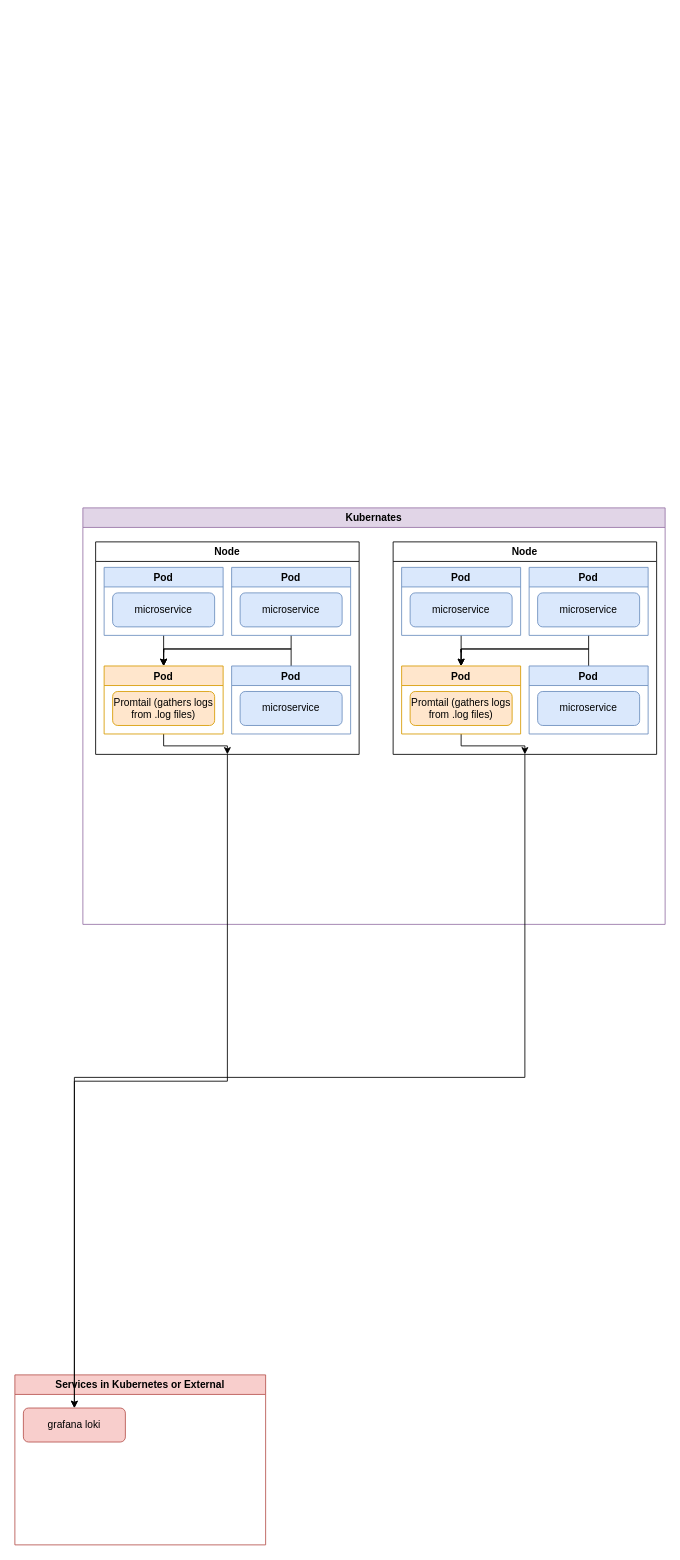
Before: log-flow.drawio in rittaschool/diagrams, a draw.io diagram. Source tidied: cells renumbered, new cells numbered last; positions are measured from the earlier drawing's top-left corner, leaving out a move shared by most shapes. Both pictures are drawn from the tidied source at 85%, with x=0, y=0 at pixel (14, 507).
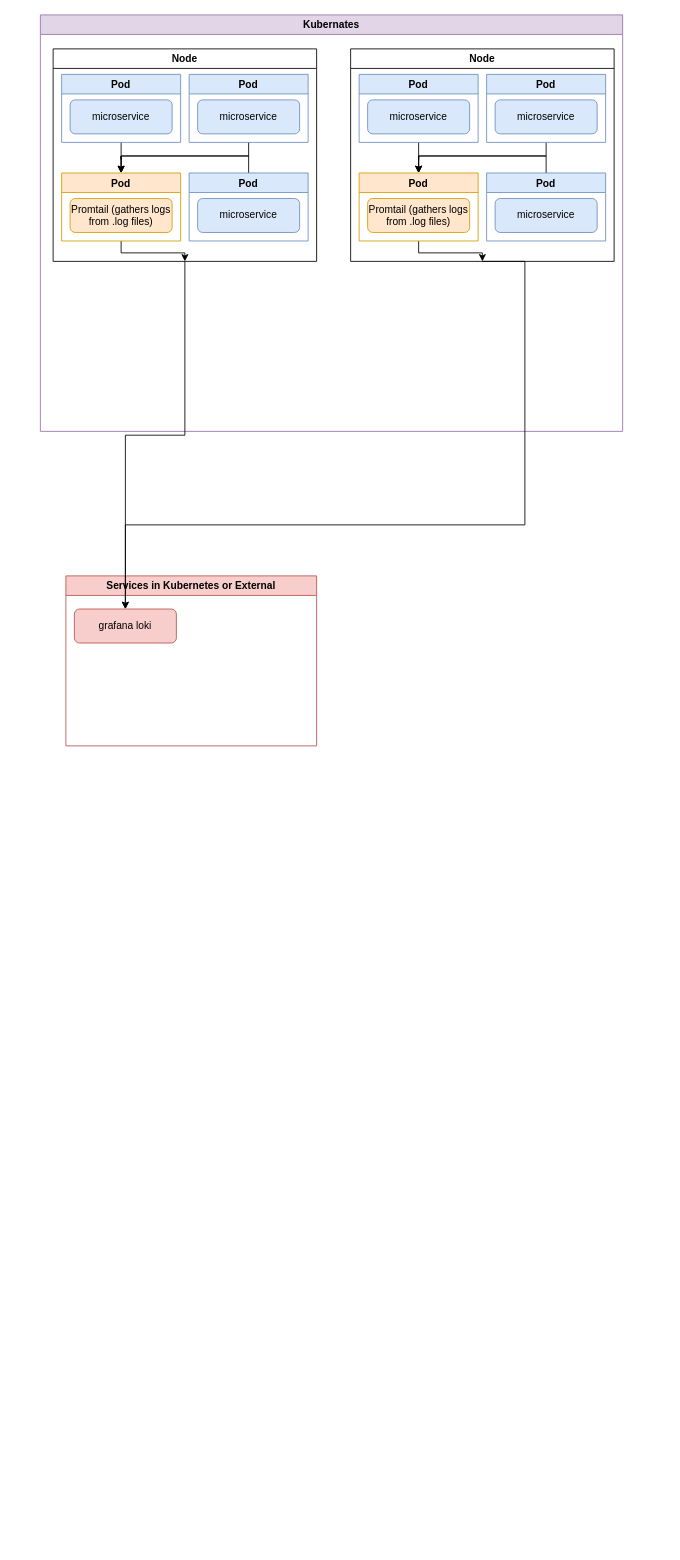
Above is the later version.

Unchanged cells that the change refers to:
```xml
<mxCell id="16" value="Node" style="swimlane;" parent="2" vertex="1">
  <mxGeometry x="365" y="40" width="310" height="250" as="geometry" />
</mxCell>
<mxCell id="30" value="grafana loki" style="rounded=1;whiteSpace=wrap;html=1;fontSize=12;glass=0;strokeWidth=1;shadow=0;fillColor=#f8cecc;strokeColor=#b85450;" parent="29" vertex="1">
  <mxGeometry x="10" y="39" width="120" height="40" as="geometry" />
</mxCell>
```

Change to the diagram source:
```diff
@@
     <mxCell id="2" value="Kubernates" style="swimlane;fillColor=#e1d5e7;strokeColor=#9673a6;" parent="1" vertex="1">
-      <mxGeometry x="80" width="685" height="490" as="geometry" />
+      <mxGeometry x="30" y="-580" width="685" height="490" as="geometry" />
     </mxCell>
@@
     <mxCell id="29" value="Services in Kubernetes or External" style="swimlane;fillColor=#f8cecc;strokeColor=#b85450;" parent="1" vertex="1">
-      <mxGeometry y="1020" width="295" height="200" as="geometry" />
+      <mxGeometry x="60" y="80" width="295" height="200" as="geometry" />
     </mxCell>
@@
-    <mxCell id="31" style="edgeStyle=orthogonalEdgeStyle;rounded=0;jettySize=auto;html=1;exitX=0.5;exitY=1;exitDx=0;exitDy=0;" parent="1" edge="1" source="16" target="30">
+    <mxCell id="31" style="edgeStyle=orthogonalEdgeStyle;rounded=0;jettySize=auto;html=1;exitX=0.5;exitY=1;exitDx=0;exitDy=0;entryX=0.5;entryY=0;entryDx=0;entryDy=0;" parent="1" edge="1" source="16" target="30">
       <mxGeometry relative="1" as="geometry">
         <Array as="points">
-          <mxPoint x="600" y="670" />
-          <mxPoint x="70" y="670" />
+          <mxPoint x="600" y="-290" />
+          <mxPoint x="600" y="20" />
+          <mxPoint x="130" y="20" />
         </Array>
       </mxGeometry>
     </mxCell>
```
